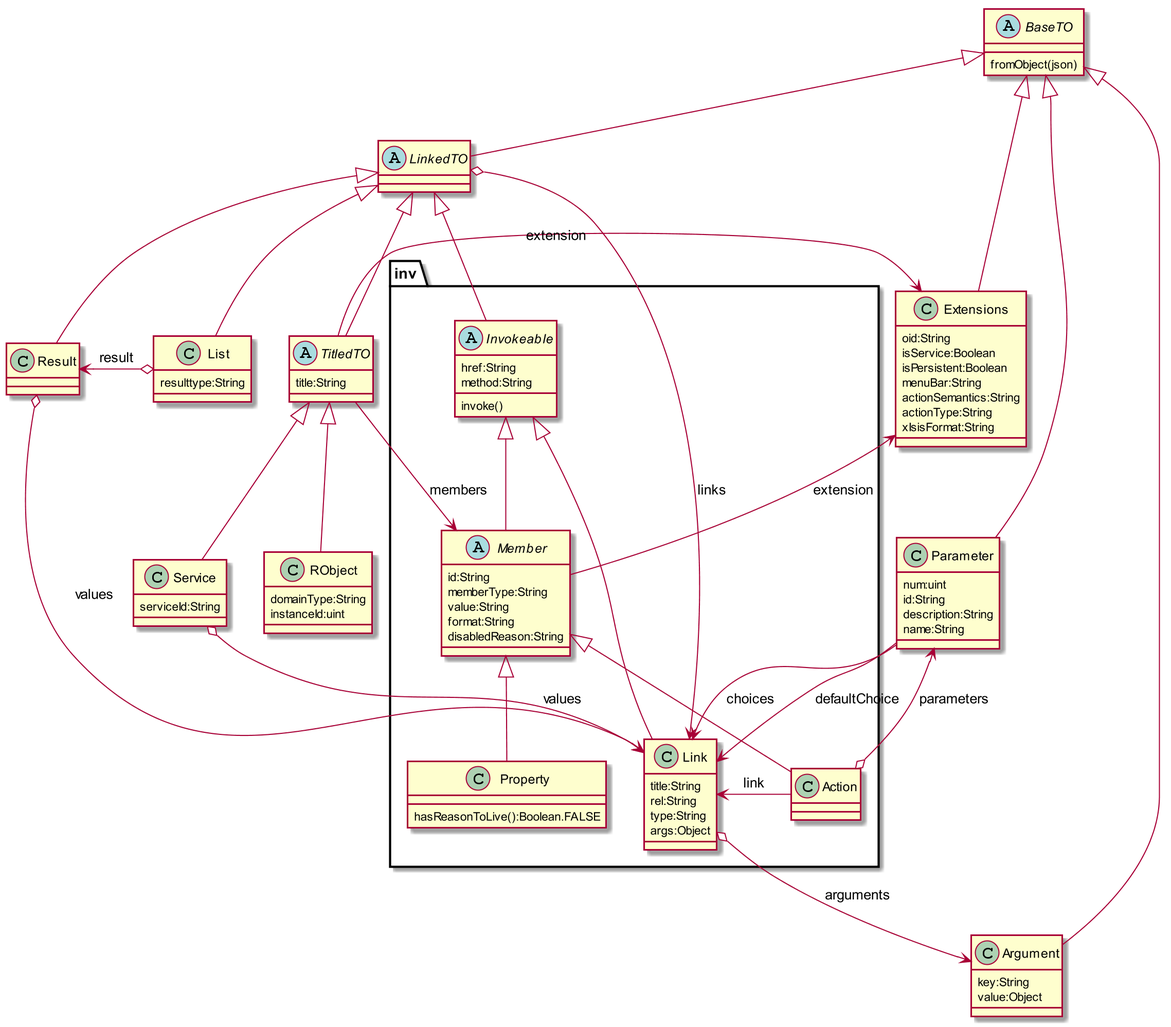
This is images/uml-to.png from joerg-rade/roViz, a PlantUML export, as it was before one commit. The source it was exported from:
```plantuml
@startuml
skinparam dpi 200

abstract class BaseTO {
    fromObject(json)
}

abstract class LinkedTO extends BaseTO {
}
LinkedTO o-> inv.Link : links


abstract class inv.Invokeable extends LinkedTO {
    href:String
    method:String
    invoke()
}

class inv.Link extends inv.Invokeable {
    title:String
    rel:String
    type:String
    args:Object
}
inv.Link o-> Argument : arguments

abstract class inv.Member extends inv.Invokeable {
    id:String
    memberType:String
    value:String
    format:String
    disabledReason:String
}
inv.Member -> Extensions : extension

class inv.Action extends inv.Member {
}
inv.Action -> inv.Link : link
inv.Action o-> Parameter : parameters

class inv.Property extends inv.Member {
    hasReasonToLive():Boolean.FALSE
}


class Argument extends BaseTO {
    key:String
    value:Object
}

class Extensions extends BaseTO{
    oid:String
    isService:Boolean
    isPersistent:Boolean
    menuBar:String
    actionSemantics:String
    actionType:String
    xIsisFormat:String
}

class List extends LinkedTO {
    resulttype:String
}
List o-> Result : result

class Parameter extends BaseTO {
    num:uint
    id:String
    description:String
    name:String
}
Parameter -> inv.Link : choices
Parameter -> inv.Link : defaultChoice

class Result extends LinkedTO {
}
Result o-> inv.Link : values

class RObject extends TitledTO {
    domainType:String
    instanceId:uint
}

class Service extends TitledTO {
    serviceId:String
}
Service o-> inv.Link : values

abstract class TitledTO extends LinkedTO {
    title:String
}
TitledTO -> Extensions : extension
TitledTO -> inv.Member : members
@enduml
```
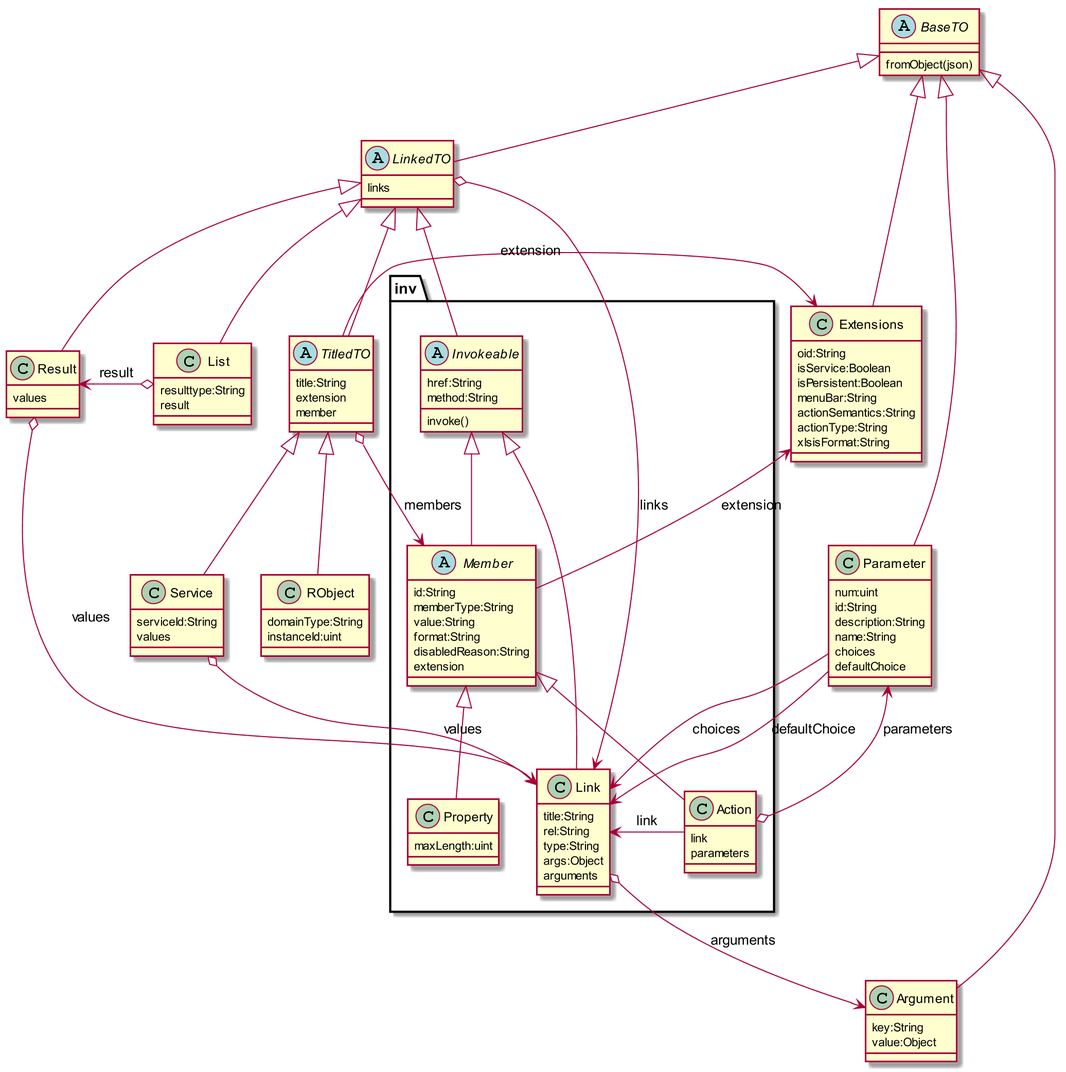
Later version of the same file.

Change to the diagram source:
```diff
@@ -6,6 +6,7 @@
 }
 
 abstract class LinkedTO extends BaseTO {
+    links
 }
 LinkedTO o-> inv.Link : links
 
@@ -21,6 +22,7 @@
     rel:String
     type:String
     args:Object
+    arguments
 }
 inv.Link o-> Argument : arguments
 
@@ -30,16 +32,19 @@
     value:String
     format:String
     disabledReason:String
+    extension
 }
 inv.Member -> Extensions : extension
 
 class inv.Action extends inv.Member {
+    link
+    parameters
 }
 inv.Action -> inv.Link : link
 inv.Action o-> Parameter : parameters
 
 class inv.Property extends inv.Member {
-    hasReasonToLive():Boolean.FALSE
+    maxLength:uint
 }
 
 
@@ -60,6 +65,7 @@
 
 class List extends LinkedTO {
     resulttype:String
+    result
 }
 List o-> Result : result
 
@@ -68,11 +74,14 @@
     id:String
     description:String
     name:String
+    choices
+    defaultChoice
 }
 Parameter -> inv.Link : choices
 Parameter -> inv.Link : defaultChoice
 
 class Result extends LinkedTO {
+    values
 }
 Result o-> inv.Link : values
 
@@ -83,12 +92,15 @@
 
 class Service extends TitledTO {
     serviceId:String
+    values
 }
 Service o-> inv.Link : values
 
 abstract class TitledTO extends LinkedTO {
     title:String
+    extension
+    member
 }
 TitledTO -> Extensions : extension
-TitledTO -> inv.Member : members
+TitledTO o-> inv.Member : members
 @enduml
```
